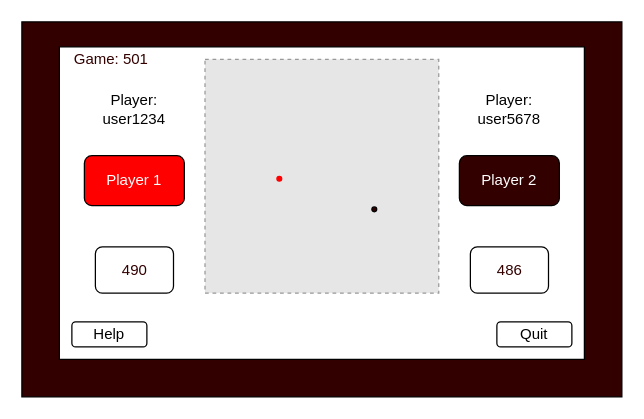
Before: page "'501' Scoreboard" (8 of 9) of documentation/scoring-system/User_Interface_Schematics.drawio in kparlak/dart-scoring-system, a draw.io diagram. Source tidied: cells renumbered, new cells numbered last; positions are measured from the earlier drawing's top-left corner, leaving out a move shared by most shapes. Both pictures are drawn from the tidied source at 125%, with x=0, y=0 at pixel (21, 21). Pictures stored in the file or linked from it are replaced by grey dashed boxes.
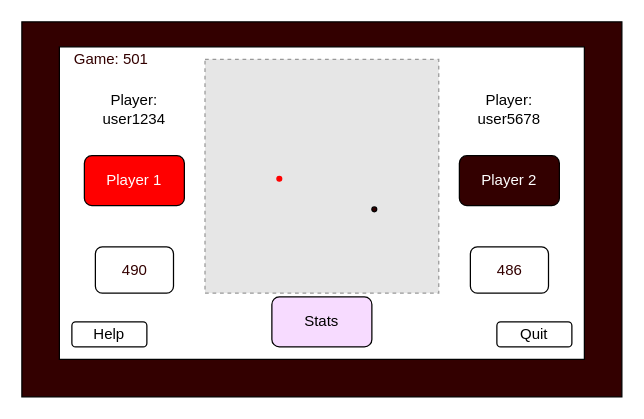
The same page after the edit.

Change to the diagram source:
```diff
@@
 <mxGraphModel>
   <root>
     <mxCell id="0" />
     <mxCell id="1" parent="0" />
     <mxCell id="2" style="rounded=0;whiteSpace=wrap;html=1;fillColor=#330000;" parent="1" vertex="1">
       <mxGeometry width="480" height="300" as="geometry" />
     </mxCell>
     <mxCell id="3" style="rounded=0;whiteSpace=wrap;html=1;" parent="1" vertex="1">
       <mxGeometry x="30" y="20" width="420" height="250" as="geometry" />
     </mxCell>
     <mxCell id="4" value="Quit" style="rounded=1;whiteSpace=wrap;html=1;" parent="1" vertex="1">
       <mxGeometry x="380" y="240" width="60" height="20" as="geometry" />
     </mxCell>
     <mxCell id="5" value="&lt;font color=&quot;#ffffff&quot;&gt;Player 1&lt;/font&gt;" style="rounded=1;whiteSpace=wrap;html=1;fillColor=#FF0000;" parent="1" vertex="1">
       <mxGeometry x="50" y="107" width="80" height="40" as="geometry" />
     </mxCell>
     <mxCell id="6" value="&lt;font color=&quot;#ffffff&quot;&gt;Player 2&lt;/font&gt;" style="rounded=1;whiteSpace=wrap;html=1;fillColor=#330000;" parent="1" vertex="1">
       <mxGeometry x="350" y="107" width="80" height="40" as="geometry" />
     </mxCell>
     <mxCell id="7" value="Player:&lt;br&gt;user1234" style="text;html=1;strokeColor=none;fillColor=none;align=center;verticalAlign=middle;whiteSpace=wrap;rounded=0;" parent="1" vertex="1">
       <mxGeometry x="55" y="50" width="70" height="40" as="geometry" />
     </mxCell>
     <mxCell id="8" value="Player:&lt;br&gt;user5678" style="text;html=1;strokeColor=none;fillColor=none;align=center;verticalAlign=middle;whiteSpace=wrap;rounded=0;" parent="1" vertex="1">
       <mxGeometry x="355" y="50" width="70" height="40" as="geometry" />
     </mxCell>
     <mxCell id="9" style="fillColor=#E6E6E6;strokeColor=#999999;dashed=1;verticalLabelPosition=bottom;labelBackgroundColor=#ffffff;verticalAlign=top;" parent="1" vertex="1">
       <mxGeometry x="146.5" y="30" width="187" height="187" as="geometry" />
     </mxCell>
     <mxCell id="10" style="ellipse;whiteSpace=wrap;html=1;fillColor=#FF0000;strokeColor=#FF0000;" parent="1" vertex="1">
       <mxGeometry x="204" y="123.5" width="3.9" height="3.9" as="geometry" />
     </mxCell>
     <mxCell id="11" style="ellipse;whiteSpace=wrap;html=1;fillColor=#330000;" parent="1" vertex="1">
       <mxGeometry x="280" y="148" width="3.9" height="3.9" as="geometry" />
     </mxCell>
     <mxCell id="12" value="&lt;font color=&quot;#330000&quot;&gt;490&lt;/font&gt;" style="rounded=1;whiteSpace=wrap;html=1;" parent="1" vertex="1">
       <mxGeometry x="58.8" y="180" width="62.5" height="37" as="geometry" />
     </mxCell>
     <mxCell id="13" value="&lt;font color=&quot;#330000&quot;&gt;486&lt;/font&gt;" style="rounded=1;whiteSpace=wrap;html=1;fontColor=#FFCCCC;fillColor=#FFFFFF;" parent="1" vertex="1">
       <mxGeometry x="358.8" y="180" width="62.5" height="37" as="geometry" />
     </mxCell>
     <mxCell id="14" value="&lt;font color=&quot;#330000&quot;&gt;Game: 501&lt;/font&gt;" style="text;html=1;strokeColor=none;fillColor=none;align=left;verticalAlign=middle;whiteSpace=wrap;rounded=0;fontColor=#FFCCCC;" parent="1" vertex="1">
       <mxGeometry x="40" y="20" width="90" height="20" as="geometry" />
     </mxCell>
     <mxCell id="15" value="Help" style="rounded=1;whiteSpace=wrap;html=1;" parent="1" vertex="1">
       <mxGeometry x="40" y="240" width="60" height="20" as="geometry" />
     </mxCell>
+    <mxCell id="16" value="Stats" style="rounded=1;whiteSpace=wrap;html=1;fillColor=#F7DBFF;" parent="1" vertex="1">
+      <mxGeometry x="200" y="220" width="80" height="40" as="geometry" />
+    </mxCell>
   </root>
 </mxGraphModel>
```
